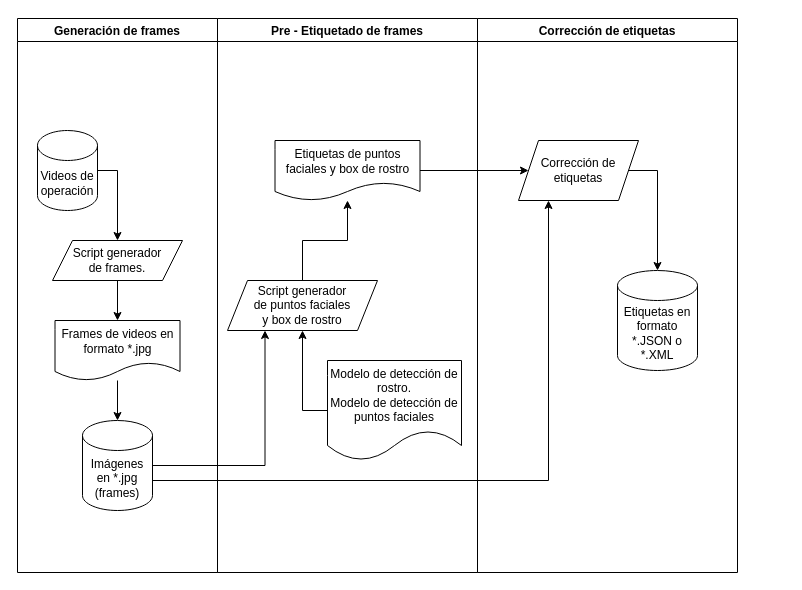
Before: page "Page-2" (2 of 2) of data/Untitled Diagram.drawio in VicManX/dagdata, a draw.io diagram. Source tidied: cells renumbered, new cells numbered last; positions are measured from the earlier drawing's top-left corner, leaving out a move shared by most shapes. Both pictures are drawn from the tidied source at 100%, with x=0, y=0 at pixel (17, 18). Pictures stored in the file or linked from it are replaced by grey dashed boxes.
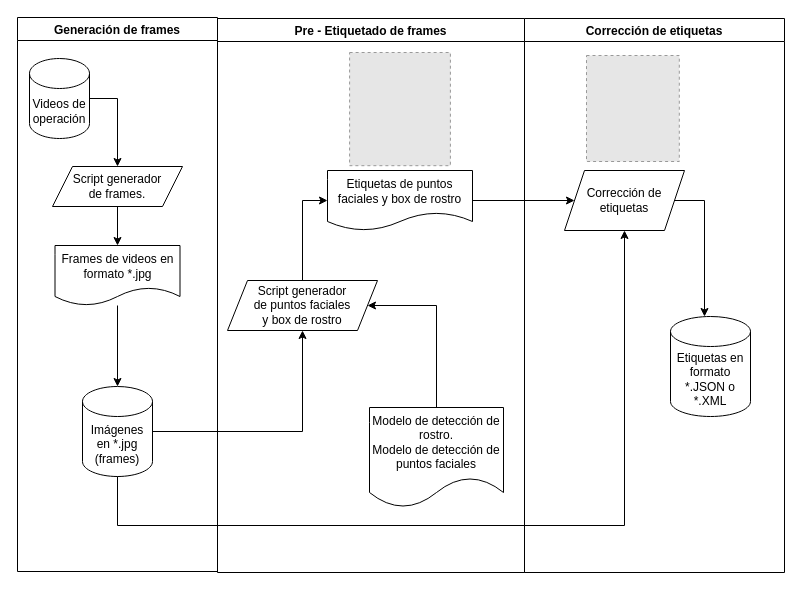
The same diagram, later.

Unchanged cells that the change refers to:
```xml
<mxCell id="4" value="Script generador &lt;br&gt;de puntos faciales &lt;br&gt;y box de rostro" style="shape=parallelogram;perimeter=parallelogramPerimeter;whiteSpace=wrap;html=1;fixedSize=1;" parent="2" vertex="1">
  <mxGeometry x="10" y="262" width="150" height="50" as="geometry" />
</mxCell>
```

Diff of the diagram source:
```diff
@@
     <mxCell id="2" value="Pre - Etiquetado de frames" style="swimlane;" parent="1" vertex="1">
-      <mxGeometry x="200" width="260" height="554" as="geometry" />
+      <mxGeometry x="200" width="307" height="554" as="geometry" />
     </mxCell>
-    <mxCell id="3" style="edgeStyle=orthogonalEdgeStyle;rounded=0;jettySize=auto;html=1;" parent="2" edge="1" source="4" target="7">
+    <mxCell id="3" style="edgeStyle=orthogonalEdgeStyle;rounded=0;jettySize=auto;html=1;entryX=0;entryY=0.5;entryDx=0;entryDy=0;" parent="2" edge="1" source="4" target="7">
       <mxGeometry relative="1" as="geometry" />
     </mxCell>
@@
-    <mxCell id="5" style="edgeStyle=orthogonalEdgeStyle;rounded=0;jettySize=auto;html=1;entryX=0.5;entryY=1;entryDx=0;entryDy=0;exitX=0;exitY=0.5;exitDx=0;exitDy=0;" parent="2" edge="1" source="6" target="4">
-      <mxGeometry relative="1" as="geometry" />
+    <mxCell id="5" style="edgeStyle=orthogonalEdgeStyle;rounded=0;jettySize=auto;html=1;entryX=1;entryY=0.5;entryDx=0;entryDy=0;exitX=0.5;exitY=0;exitDx=0;exitDy=0;" parent="2" edge="1" source="6" target="4">
+      <mxGeometry relative="1" as="geometry">
+        <Array as="points">
+          <mxPoint x="219" y="287" />
+        </Array>
+      </mxGeometry>
     </mxCell>
     <mxCell id="6" value="Modelo de detección de rostro.&lt;br&gt;Modelo de detección de puntos faciales" style="shape=document;whiteSpace=wrap;html=1;boundedLbl=1;" parent="2" vertex="1">
-      <mxGeometry x="110" y="342" width="134" height="100" as="geometry" />
+      <mxGeometry x="152" y="389" width="134" height="100" as="geometry" />
     </mxCell>
     <mxCell id="7" value="Etiquetas de puntos faciales y box de rostro" style="shape=document;whiteSpace=wrap;html=1;boundedLbl=1;" parent="2" vertex="1">
-      <mxGeometry x="57.5" y="122" width="145" height="60" as="geometry" />
+      <mxGeometry x="110" y="152" width="145" height="60" as="geometry" />
     </mxCell>
-    <mxCell id="8" value="Corrección de etiquetas" style="swimlane;" parent="1" vertex="1">
-      <mxGeometry x="460" width="260" height="554" as="geometry" />
-    </mxCell>
-    <mxCell id="9" style="edgeStyle=orthogonalEdgeStyle;rounded=0;jettySize=auto;html=1;exitX=1;exitY=0.5;exitDx=0;exitDy=0;" parent="8" edge="1" source="10" target="11">
-      <mxGeometry relative="1" as="geometry">
-        <Array as="points">
-          <mxPoint x="180" y="152" />
-        </Array>
-      </mxGeometry>
-    </mxCell>
-    <mxCell id="10" value="Corrección de etiquetas" style="shape=parallelogram;perimeter=parallelogramPerimeter;whiteSpace=wrap;html=1;fixedSize=1;" parent="8" vertex="1">
-      <mxGeometry x="41" y="122" width="120" height="60" as="geometry" />
-    </mxCell>
-    <mxCell id="11" value="Etiquetas en formato *.JSON o *.XML" style="shape=cylinder3;whiteSpace=wrap;html=1;boundedLbl=1;backgroundOutline=1;size=15;" parent="8" vertex="1">
-      <mxGeometry x="140" y="252" width="80" height="100" as="geometry" />
-    </mxCell>
+    <mxCell id="23" style="fillColor=#E6E6E6;strokeColor=#999999;dashed=1;verticalLabelPosition=bottom;labelBackgroundColor=#ffffff;verticalAlign=top;" parent="2" vertex="1">
+      <mxGeometry x="132.1" y="34" width="100.8" height="113.2" as="geometry" />
+    </mxCell>
     <mxCell id="12" value="Generación de frames" style="swimlane;" parent="1" vertex="1">
-      <mxGeometry width="200" height="554" as="geometry" />
+      <mxGeometry y="-1" width="200" height="554" as="geometry" />
     </mxCell>
@@
     <mxCell id="14" value="Videos de operación" style="shape=cylinder3;whiteSpace=wrap;html=1;boundedLbl=1;backgroundOutline=1;size=15;" parent="12" vertex="1">
-      <mxGeometry x="20" y="112" width="60" height="80" as="geometry" />
+      <mxGeometry x="12" y="41" width="60" height="80" as="geometry" />
     </mxCell>
@@
     <mxCell id="16" value="Script generador &lt;br&gt;de frames." style="shape=parallelogram;perimeter=parallelogramPerimeter;whiteSpace=wrap;html=1;fixedSize=1;" parent="12" vertex="1">
-      <mxGeometry x="35" y="222" width="130" height="40" as="geometry" />
+      <mxGeometry x="35" y="149" width="130" height="40" as="geometry" />
     </mxCell>
@@
     <mxCell id="18" value="Frames de videos en formato *.jpg" style="shape=document;whiteSpace=wrap;html=1;boundedLbl=1;" parent="12" vertex="1">
-      <mxGeometry x="37.5" y="302" width="125" height="60" as="geometry" />
+      <mxGeometry x="37.5" y="228" width="125" height="60" as="geometry" />
     </mxCell>
     <mxCell id="19" value="Imágenes en *.jpg&lt;br&gt;(frames)" style="shape=cylinder3;whiteSpace=wrap;html=1;boundedLbl=1;backgroundOutline=1;size=15;" parent="12" vertex="1">
-      <mxGeometry x="65" y="402" width="70" height="90" as="geometry" />
+      <mxGeometry x="65" y="369" width="70" height="90" as="geometry" />
     </mxCell>
-    <mxCell id="20" style="edgeStyle=orthogonalEdgeStyle;rounded=0;jettySize=auto;html=1;exitX=1;exitY=0.5;exitDx=0;exitDy=0;exitPerimeter=0;entryX=0.25;entryY=1;entryDx=0;entryDy=0;" parent="1" edge="1" source="19" target="4">
+    <mxCell id="20" style="edgeStyle=orthogonalEdgeStyle;rounded=0;jettySize=auto;html=1;exitX=1;exitY=0.5;exitDx=0;exitDy=0;exitPerimeter=0;entryX=0.5;entryY=1;entryDx=0;entryDy=0;" parent="1" edge="1" source="19" target="4">
       <mxGeometry relative="1" as="geometry" />
     </mxCell>
+    <mxCell id="22" style="edgeStyle=orthogonalEdgeStyle;rounded=0;jettySize=auto;html=1;exitX=0.5;exitY=1;exitDx=0;exitDy=0;exitPerimeter=0;entryX=0.5;entryY=1;entryDx=0;entryDy=0;" parent="1" edge="1" source="19" target="10">
+      <mxGeometry relative="1" as="geometry">
+        <Array as="points">
+          <mxPoint x="100" y="507" />
+          <mxPoint x="607" y="507" />
+        </Array>
+      </mxGeometry>
+    </mxCell>
+    <mxCell id="8" value="Corrección de etiquetas" style="swimlane;" parent="1" vertex="1">
+      <mxGeometry x="507" width="260" height="554" as="geometry" />
+    </mxCell>
+    <mxCell id="9" style="edgeStyle=orthogonalEdgeStyle;rounded=0;jettySize=auto;html=1;exitX=1;exitY=0.5;exitDx=0;exitDy=0;" parent="8" edge="1" source="10" target="11">
+      <mxGeometry relative="1" as="geometry">
+        <Array as="points">
+          <mxPoint x="180" y="182" />
+        </Array>
+      </mxGeometry>
+    </mxCell>
+    <mxCell id="10" value="Corrección de etiquetas" style="shape=parallelogram;perimeter=parallelogramPerimeter;whiteSpace=wrap;html=1;fixedSize=1;" parent="8" vertex="1">
+      <mxGeometry x="40" y="152" width="120" height="60" as="geometry" />
+    </mxCell>
+    <mxCell id="11" value="Etiquetas en formato *.JSON o *.XML" style="shape=cylinder3;whiteSpace=wrap;html=1;boundedLbl=1;backgroundOutline=1;size=15;" parent="8" vertex="1">
+      <mxGeometry x="146" y="298" width="80" height="100" as="geometry" />
+    </mxCell>
+    <mxCell id="24" style="fillColor=#E6E6E6;strokeColor=#999999;dashed=1;verticalLabelPosition=bottom;labelBackgroundColor=#ffffff;verticalAlign=top;" parent="8" vertex="1">
+      <mxGeometry x="62" y="37" width="92.8" height="106" as="geometry" />
+    </mxCell>
@@
-    <mxCell id="22" style="edgeStyle=orthogonalEdgeStyle;rounded=0;jettySize=auto;html=1;exitX=1;exitY=0;exitDx=0;exitDy=60;exitPerimeter=0;entryX=0.25;entryY=1;entryDx=0;entryDy=0;" parent="1" edge="1" source="19" target="10">
-      <mxGeometry relative="1" as="geometry" />
-    </mxCell>
```
